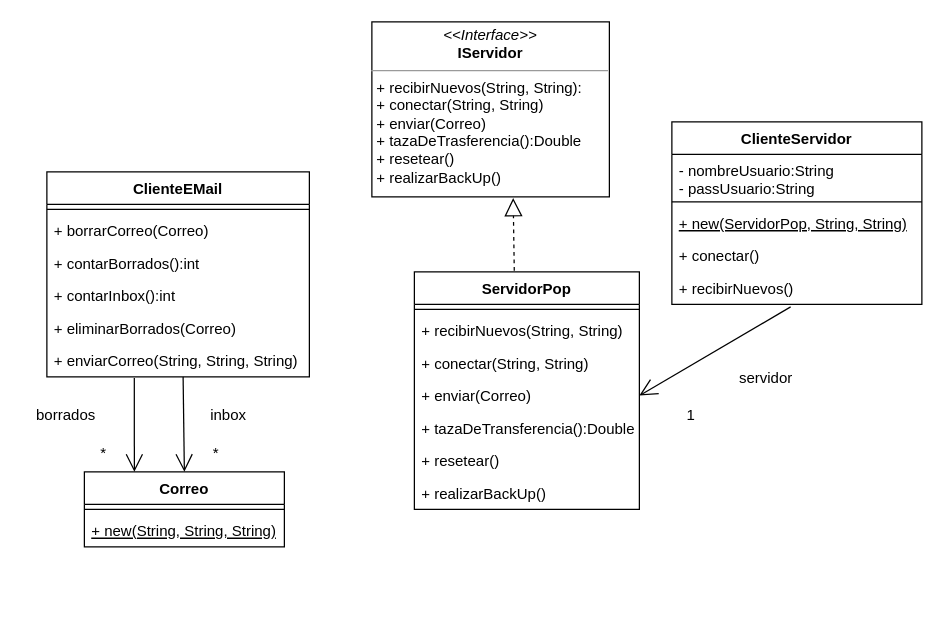
Earlier version of the draw.io diagram Unq-po2-tp6-clienteEMail.drawio (nhubczyk/Diagramas-UML). Source tidied: cells renumbered, new cells numbered last; positions are measured from the earlier drawing's top-left corner, leaving out a move shared by most shapes. Both pictures are drawn from the tidied source at 125%, with x=0, y=0 at pixel (21, 21).
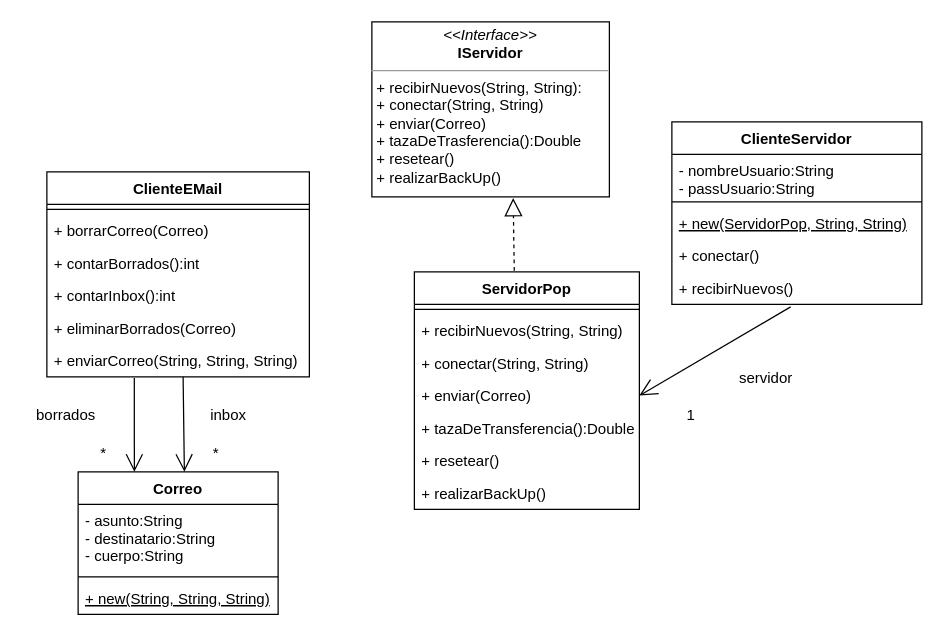
The same page after the edit.

The change refers to these unchanged cells:
```xml
<mxCell id="8" value="+ enviarCorreo(String, String, String)" style="text;strokeColor=none;fillColor=none;align=left;verticalAlign=top;spacingLeft=4;spacingRight=4;overflow=hidden;points=[[0,0.5],[1,0.5]];portConstraint=eastwest;fontStyle=0;" parent="2" vertex="1">
  <mxGeometry y="138" width="210" height="26" as="geometry" />
</mxCell>
```

The edit, as a diff of the source:
```diff
@@
-    <mxCell id="19" value="Correo" style="swimlane;fontStyle=1;align=center;verticalAlign=top;horizontal=1;startSize=26;" parent="1" vertex="1">
-      <mxGeometry x="50" y="360" width="160" height="60" as="geometry" />
-    </mxCell>
-    <mxCell id="20" style="line;strokeWidth=1;fillColor=none;align=left;verticalAlign=middle;spacingTop=-1;spacingLeft=3;spacingRight=3;labelPosition=right;strokeColor=inherit;" parent="19" vertex="1">
-      <mxGeometry y="26" width="160" height="8" as="geometry" />
-    </mxCell>
-    <mxCell id="21" value="+ new(String, String, String)" style="text;strokeColor=none;fillColor=none;align=left;verticalAlign=top;spacingLeft=4;spacingRight=4;overflow=hidden;fontStyle=4;" parent="19" vertex="1">
-      <mxGeometry y="34" width="160" height="26" as="geometry" />
-    </mxCell>
-    <mxCell id="22" style="endArrow=open;endFill=1;endSize=12;html=1;rounded=0;entryX=0.5;entryY=0;entryDx=0;entryDy=0;exitX=0.519;exitY=1;exitDx=0;exitDy=0;exitPerimeter=0;" parent="1" edge="1" source="8" target="19">
-      <mxGeometry relative="1" as="geometry" />
+    <mxCell id="22" style="endArrow=open;endFill=1;endSize=12;html=1;rounded=0;entryX=0.5;entryY=0;entryDx=0;entryDy=0;exitX=0.519;exitY=1;exitDx=0;exitDy=0;exitPerimeter=0;" parent="1" edge="1" source="8">
+      <mxGeometry relative="1" as="geometry">
+        <mxPoint x="130" y="360" as="targetPoint" />
+      </mxGeometry>
     </mxCell>
@@
-    <mxCell id="25" style="endArrow=open;endFill=1;endSize=12;html=1;rounded=0;entryX=0.25;entryY=0;entryDx=0;entryDy=0;exitX=0.333;exitY=1.038;exitDx=0;exitDy=0;exitPerimeter=0;" parent="1" edge="1" source="8" target="19">
-      <mxGeometry relative="1" as="geometry" />
+    <mxCell id="25" style="endArrow=open;endFill=1;endSize=12;html=1;rounded=0;entryX=0.25;entryY=0;entryDx=0;entryDy=0;exitX=0.333;exitY=1.038;exitDx=0;exitDy=0;exitPerimeter=0;" parent="1" edge="1" source="8">
+      <mxGeometry relative="1" as="geometry">
+        <mxPoint x="90" y="360" as="targetPoint" />
+      </mxGeometry>
     </mxCell>
@@
+    <mxCell id="19" value="Correo" style="swimlane;fontStyle=1;align=center;verticalAlign=top;horizontal=1;startSize=26;" parent="1" vertex="1">
+      <mxGeometry x="45" y="360" width="160" height="114" as="geometry" />
+    </mxCell>
+    <mxCell id="37" value="- asunto:String&#10;- destinatario:String&#10;- cuerpo:String" style="text;strokeColor=none;fillColor=none;align=left;verticalAlign=top;spacingLeft=4;spacingRight=4;overflow=hidden;" parent="19" vertex="1">
+      <mxGeometry y="26" width="160" height="54" as="geometry" />
+    </mxCell>
+    <mxCell id="38" style="line;strokeWidth=1;fillColor=none;align=left;verticalAlign=middle;spacingTop=-1;spacingLeft=3;spacingRight=3;labelPosition=right;strokeColor=inherit;" parent="19" vertex="1">
+      <mxGeometry y="80" width="160" height="8" as="geometry" />
+    </mxCell>
+    <mxCell id="21" value="+ new(String, String, String)" style="text;strokeColor=none;fillColor=none;align=left;verticalAlign=top;spacingLeft=4;spacingRight=4;overflow=hidden;fontStyle=4;" parent="19" vertex="1">
+      <mxGeometry y="88" width="160" height="26" as="geometry" />
+    </mxCell>
```
